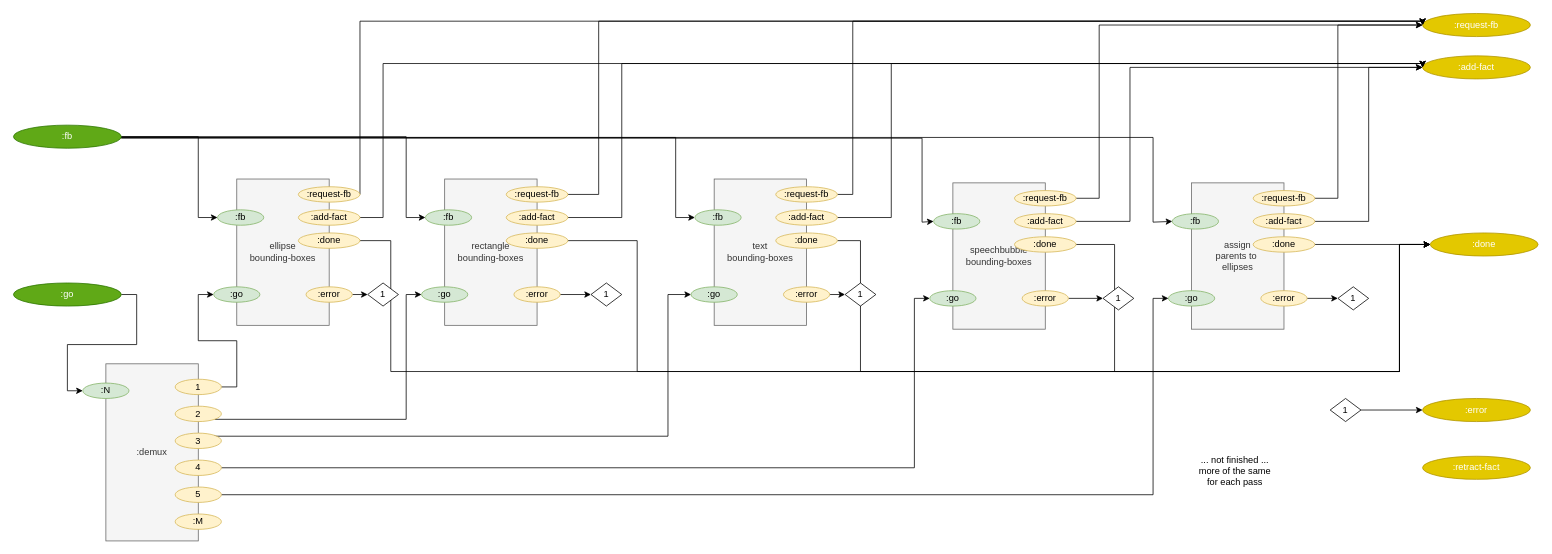
bmfbp/bmfbp keeps this draw.io diagram as page "1. Passes" (7 of 7) of svg/cl-compiler/doc/V3-compiler.drawio. Above is the earlier version. Source tidied: cells renumbered, new cells numbered last; positions are measured from the earlier drawing's top-left corner, leaving out a move shared by most shapes. Both pictures are drawn from the tidied source at 77%, with x=0, y=0 at pixel (13, 13).
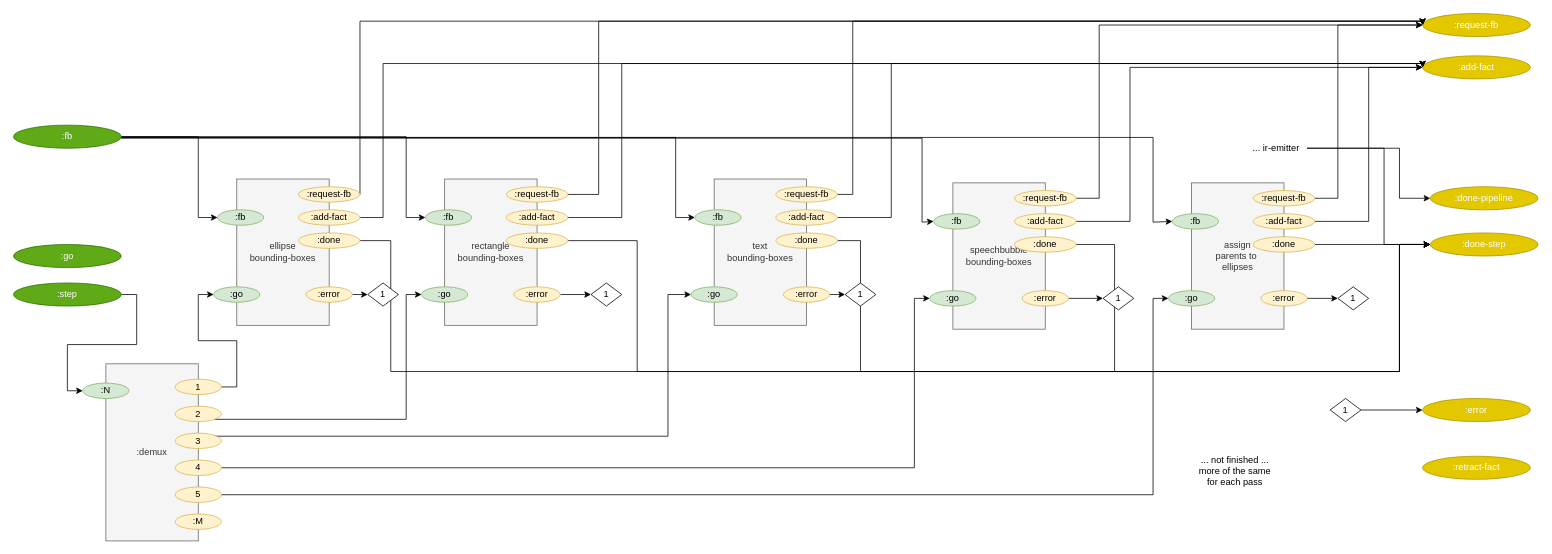
Above is the later version.

The change refers to these unchanged cells:
```xml
<mxCell id="60" value=":done" style="ellipse;whiteSpace=wrap;html=1;fillColor=#fff2cc;strokeColor=#d6b656;" parent="1" vertex="1">
  <mxGeometry x="1610" y="290" width="80" height="20" as="geometry" />
</mxCell>
```

What changed in the source:
```diff
@@
-    <mxCell id="9" value=":done" style="ellipse;whiteSpace=wrap;html=1;fillColor=#e3c800;strokeColor=#B09500;fontColor=#ffffff;" parent="1" vertex="1">
+    <mxCell id="9" value=":done-step" style="ellipse;whiteSpace=wrap;html=1;fillColor=#e3c800;strokeColor=#B09500;fontColor=#ffffff;" parent="1" vertex="1">
       <mxGeometry x="1840" y="285" width="140" height="30" as="geometry" />
     </mxCell>
@@
-    <mxCell id="22" value=":go" style="ellipse;whiteSpace=wrap;html=1;fillColor=#60a917;strokeColor=#2D7600;fontColor=#ffffff;" parent="1" vertex="1">
+    <mxCell id="22" value=":step" style="ellipse;whiteSpace=wrap;html=1;fillColor=#60a917;strokeColor=#2D7600;fontColor=#ffffff;" parent="1" vertex="1">
       <mxGeometry y="350" width="140" height="30" as="geometry" />
     </mxCell>
@@
     <mxCell id="59" style="edgeStyle=orthogonalEdgeStyle;rounded=0;jettySize=auto;html=1;exitX=1;exitY=0.5;exitDx=0;exitDy=0;entryX=0;entryY=0.5;entryDx=0;entryDy=0;" parent="1" edge="1" source="60" target="9">
-      <mxGeometry relative="1" as="geometry" />
+      <mxGeometry relative="1" as="geometry">
+        <Array as="points">
+          <mxPoint x="1810" y="300" />
+          <mxPoint x="1810" y="300" />
+        </Array>
+      </mxGeometry>
     </mxCell>
@@
+    <mxCell id="91" value=":go" style="ellipse;whiteSpace=wrap;html=1;fillColor=#60a917;strokeColor=#2D7600;fontColor=#ffffff;" parent="1" vertex="1">
+      <mxGeometry y="300" width="140" height="30" as="geometry" />
+    </mxCell>
+    <mxCell id="92" value=":done-pipeline" style="ellipse;whiteSpace=wrap;html=1;fillColor=#e3c800;strokeColor=#B09500;fontColor=#ffffff;" parent="1" vertex="1">
+      <mxGeometry x="1840" y="225" width="140" height="30" as="geometry" />
+    </mxCell>
+    <mxCell id="93" style="edgeStyle=orthogonalEdgeStyle;rounded=0;jettySize=auto;html=1;exitX=1;exitY=0.5;exitDx=0;exitDy=0;entryX=0;entryY=0.5;entryDx=0;entryDy=0;" parent="1" edge="1" source="95" target="92">
+      <mxGeometry relative="1" as="geometry">
+        <Array as="points">
+          <mxPoint x="1800" y="175" />
+          <mxPoint x="1800" y="240" />
+        </Array>
+      </mxGeometry>
+    </mxCell>
+    <mxCell id="94" style="edgeStyle=orthogonalEdgeStyle;rounded=0;jettySize=auto;html=1;exitX=1;exitY=0.5;exitDx=0;exitDy=0;entryX=0;entryY=0.5;entryDx=0;entryDy=0;" parent="1" edge="1" source="95" target="9">
+      <mxGeometry relative="1" as="geometry">
+        <Array as="points">
+          <mxPoint x="1780" y="175" />
+          <mxPoint x="1780" y="300" />
+        </Array>
+      </mxGeometry>
+    </mxCell>
+    <mxCell id="95" value="... ir-emitter" style="text;html=1;strokeColor=none;fillColor=none;align=center;verticalAlign=middle;whiteSpace=wrap;rounded=0;" parent="1" vertex="1">
+      <mxGeometry x="1600" y="155" width="80" height="40" as="geometry" />
+    </mxCell>
```
